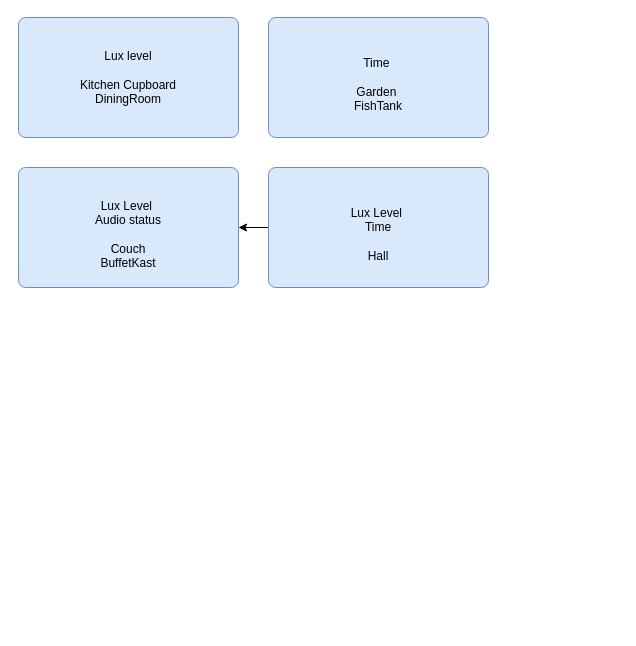
pcmvanveen/Ginlong-Solar-InfluxDB-MQTT keeps this draw.io diagram as page "Verlichting" (2 of 3) of smart-home.drawio. Above is the earlier version. Source tidied: cells renumbered, new cells numbered last; positions are measured from the earlier drawing's top-left corner, leaving out a move shared by most shapes. Both pictures are drawn from the tidied source at 100%, with x=0, y=0 at pixel (18, 17).
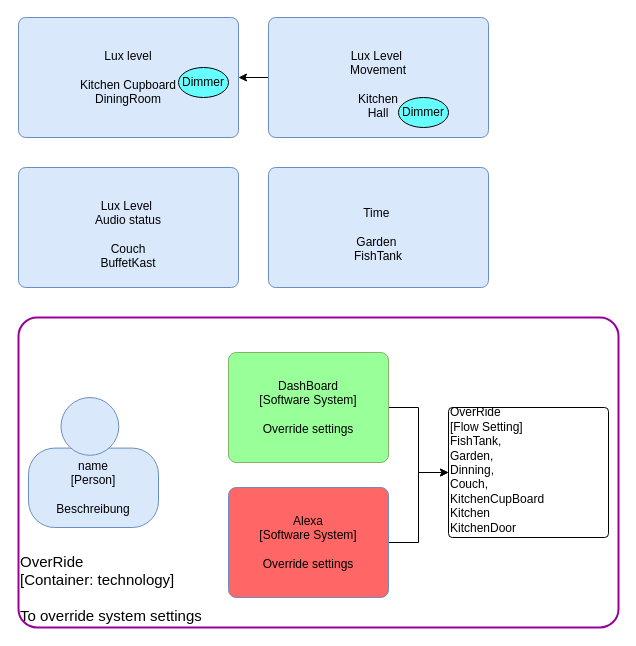
After the change.

Change to the diagram source:
```diff
@@
 <mxGraphModel>
   <root>
     <mxCell id="0" />
     <mxCell id="1" parent="0" />
     <mxCell id="2" value="Lux level&lt;br&gt;&lt;br&gt;Kitchen Cupboard&lt;br&gt;DiningRoom" style="rounded=1;whiteSpace=wrap;html=1;labelBackgroundColor=none;fillColor=#dae8fc;fontColor=#000000;align=center;arcSize=6;strokeColor=#6c8ebf;" parent="1" vertex="1">
       <mxGeometry width="220" height="120" as="geometry" />
     </mxCell>
     <mxCell id="3" value="&lt;br&gt;Time&amp;nbsp;&lt;br&gt;&lt;br&gt;Garden&amp;nbsp;&lt;br&gt;FishTank" style="rounded=1;whiteSpace=wrap;html=1;labelBackgroundColor=none;fillColor=#dae8fc;fontColor=#000000;align=center;arcSize=6;strokeColor=#6c8ebf;" parent="1" vertex="1">
-      <mxGeometry x="250" width="220" height="120" as="geometry" />
+      <mxGeometry x="250" y="150" width="220" height="120" as="geometry" />
     </mxCell>
     <mxCell id="4" value="&lt;br&gt;Lux Level&amp;nbsp;&lt;br&gt;Audio status&lt;br&gt;&lt;br&gt;Couch&lt;br&gt;BuffetKast" style="rounded=1;whiteSpace=wrap;html=1;labelBackgroundColor=none;fillColor=#dae8fc;fontColor=#000000;align=center;arcSize=6;strokeColor=#6c8ebf;" parent="1" vertex="1">
       <mxGeometry y="150" width="220" height="120" as="geometry" />
     </mxCell>
-    <mxCell id="5" style="edgeStyle=orthogonalEdgeStyle;rounded=0;jettySize=auto;html=1;" parent="1" edge="1" source="6" target="4">
+    <mxCell id="5" style="edgeStyle=orthogonalEdgeStyle;rounded=0;jettySize=auto;html=1;entryX=1;entryY=0.5;entryDx=0;entryDy=0;exitX=0;exitY=0.5;exitDx=0;exitDy=0;" parent="1" edge="1" source="7" target="2">
       <mxGeometry relative="1" as="geometry" />
     </mxCell>
-    <mxCell id="6" value="&lt;br&gt;Lux Level&amp;nbsp;&lt;br&gt;Time&lt;br&gt;&lt;br&gt;Hall" style="rounded=1;whiteSpace=wrap;html=1;labelBackgroundColor=none;fillColor=#dae8fc;fontColor=#000000;align=center;arcSize=6;strokeColor=#6c8ebf;" parent="1" vertex="1">
-      <mxGeometry x="250" y="150" width="220" height="120" as="geometry" />
-    </mxCell>
+    <mxCell id="7" value="&lt;br&gt;Lux Level&amp;nbsp;&lt;br&gt;Movement&lt;br&gt;&lt;br&gt;Kitchen&lt;br&gt;Hall" style="rounded=1;whiteSpace=wrap;html=1;labelBackgroundColor=none;fillColor=#dae8fc;fontColor=#000000;align=center;arcSize=6;strokeColor=#6c8ebf;" parent="1" vertex="1">
+      <mxGeometry x="250" width="220" height="120" as="geometry" />
+    </mxCell>
+    <mxCell id="8" value="Dimmer" style="ellipse;whiteSpace=wrap;html=1;fillColor=#66FFFF;" parent="1" vertex="1">
+      <mxGeometry x="380" y="80" width="50" height="30" as="geometry" />
+    </mxCell>
+    <mxCell id="9" style="group;rounded=0;labelBackgroundColor=none;fillColor=none;fontColor=#000000;align=center;html=1;" parent="1" vertex="1">
+      <mxGeometry x="10" y="380" width="130" height="130" as="geometry" />
+    </mxCell>
+    <mxCell id="10" value="name&lt;div&gt;[Person]&lt;/div&gt;&lt;div&gt;&lt;br&gt;&lt;/div&gt;&lt;div&gt;Beschreibung&lt;/div&gt;" style="rounded=1;whiteSpace=wrap;html=1;labelBackgroundColor=none;fillColor=#dae8fc;fontColor=#000000;align=center;arcSize=33;strokeColor=#6c8ebf;" parent="9" vertex="1">
+      <mxGeometry y="50.6" width="130" height="79.4" as="geometry" />
+    </mxCell>
+    <mxCell id="11" style="ellipse;whiteSpace=wrap;html=1;rounded=0;labelBackgroundColor=none;fillColor=#dae8fc;fontSize=12;fontColor=#000000;align=center;strokeColor=#6c8ebf;" parent="9" vertex="1">
+      <mxGeometry x="32.5" width="57.8" height="57.8" as="geometry" />
+    </mxCell>
+    <mxCell id="12" style="edgeStyle=orthogonalEdgeStyle;rounded=0;jettySize=auto;html=1;" parent="1" edge="1" source="13" target="16">
+      <mxGeometry relative="1" as="geometry" />
+    </mxCell>
+    <mxCell id="13" value="DashBoard&lt;div&gt;[Software System]&lt;/div&gt;&lt;div&gt;&lt;br&gt;&lt;/div&gt;&lt;div&gt;Override settings&lt;/div&gt;" style="rounded=1;whiteSpace=wrap;html=1;labelBackgroundColor=none;fillColor=#99FF99;align=center;arcSize=7;strokeColor=#82b366;" parent="1" vertex="1">
+      <mxGeometry x="210" y="335" width="160" height="110" as="geometry" />
+    </mxCell>
+    <mxCell id="14" style="edgeStyle=orthogonalEdgeStyle;rounded=0;jettySize=auto;html=1;entryX=0;entryY=0.5;entryDx=0;entryDy=0;" parent="1" edge="1" source="15" target="16">
+      <mxGeometry relative="1" as="geometry" />
+    </mxCell>
+    <mxCell id="15" value="Alexa&lt;div&gt;[Software System]&lt;/div&gt;&lt;div&gt;&lt;br&gt;&lt;/div&gt;&lt;div&gt;Override settings&lt;/div&gt;" style="rounded=1;whiteSpace=wrap;html=1;labelBackgroundColor=none;fillColor=#FF6666;fontColor=#000000;align=center;arcSize=7;strokeColor=#6c8ebf;" parent="1" vertex="1">
+      <mxGeometry x="210" y="470" width="160" height="110" as="geometry" />
+    </mxCell>
+    <mxCell id="16" value="&lt;div style=&quot;text-align: left&quot;&gt;OverRide&lt;/div&gt;&lt;div style=&quot;text-align: left&quot;&gt;[Flow Setting]&lt;br&gt;FishTank,&lt;/div&gt;&lt;div style=&quot;text-align: left&quot;&gt;Garden,&lt;/div&gt;&lt;div style=&quot;text-align: left&quot;&gt;Dinning,&lt;/div&gt;&lt;div style=&quot;text-align: left&quot;&gt;Couch,&lt;/div&gt;&lt;div style=&quot;text-align: left&quot;&gt;KitchenCupBoard&lt;/div&gt;&lt;div style=&quot;text-align: left&quot;&gt;Kitchen&lt;/div&gt;&lt;div style=&quot;text-align: left&quot;&gt;KitchenDoor&lt;/div&gt;" style="rounded=1;whiteSpace=wrap;html=1;labelBackgroundColor=none;fillColor=#ffffff;fontColor=#000000;align=left;arcSize=3;strokeColor=#000000;verticalAlign=bottom;" parent="1" vertex="1">
+      <mxGeometry x="430" y="390" width="160" height="130" as="geometry" />
+    </mxCell>
+    <mxCell id="17" value="&lt;span&gt;OverRide&lt;/span&gt;&lt;div&gt;[Container:&amp;nbsp;&lt;span&gt;technology&lt;/span&gt;&lt;span&gt;]&lt;/span&gt;&lt;/div&gt;&lt;div&gt;&lt;br&gt;&lt;/div&gt;&lt;div&gt;To override system settings&lt;/div&gt;" style="rounded=1;whiteSpace=wrap;html=1;labelBackgroundColor=none;fillColor=none;fontColor=#000000;align=left;arcSize=6;strokeColor=#990099;strokeWidth=2;verticalAlign=bottom;fontSize=15;" parent="1" vertex="1">
+      <mxGeometry y="300" width="600" height="310" as="geometry" />
+    </mxCell>
+    <mxCell id="18" value="Dimmer" style="ellipse;whiteSpace=wrap;html=1;fillColor=#66FFFF;" parent="1" vertex="1">
+      <mxGeometry x="160" y="50" width="50" height="30" as="geometry" />
+    </mxCell>
   </root>
 </mxGraphModel>
```
